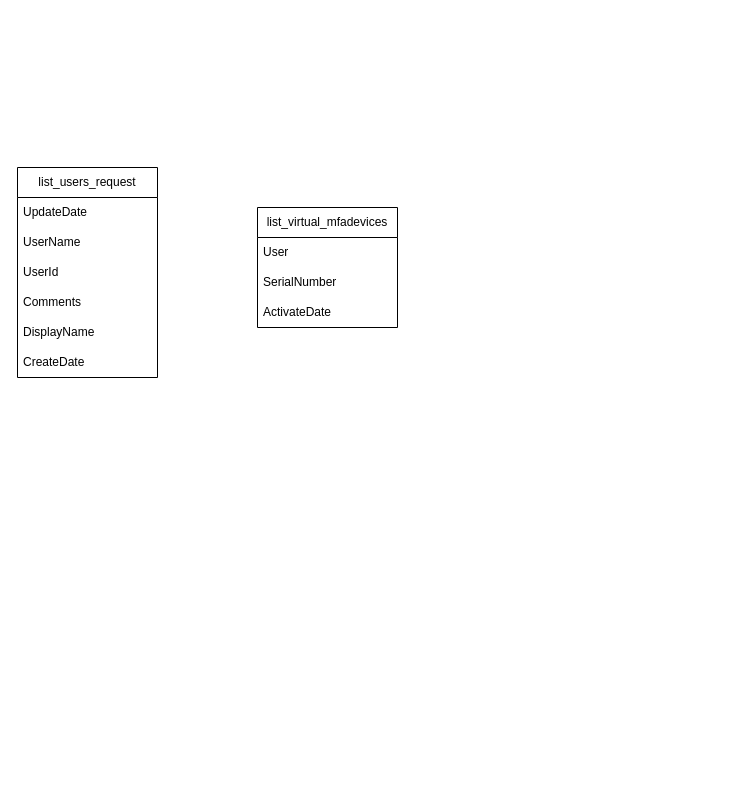
This is aliyun-ram-arch.drawio from natop/drawio, a draw.io file, before an edit. Source tidied: cells renumbered, new cells numbered last; positions are measured from the earlier drawing's top-left corner, leaving out a move shared by most shapes. Both pictures are drawn from the tidied source at 100%, with x=0, y=0 at pixel (17, 167).
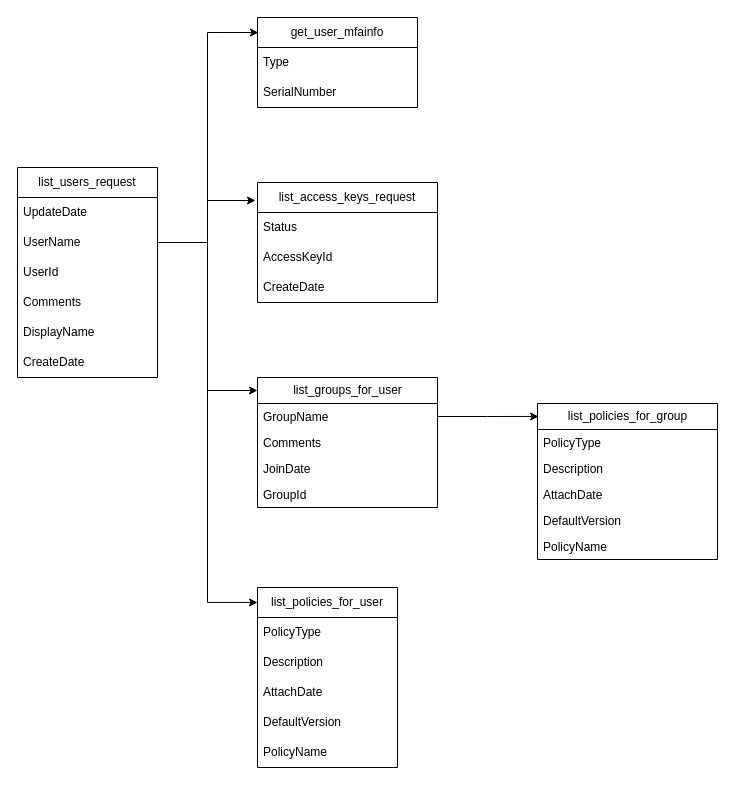
After the change.

The change refers to these unchanged cells:
```xml
<mxCell id="4" value="UserName" style="text;strokeColor=none;fillColor=none;align=left;verticalAlign=middle;spacingLeft=4;spacingRight=4;overflow=hidden;points=[[0,0.5],[1,0.5]];portConstraint=eastwest;whiteSpace=wrap;html=1;" parent="2" vertex="1">
  <mxGeometry y="60" width="140" height="30" as="geometry" />
</mxCell>
```

What changed in the source:
```diff
@@
-    <mxCell id="9" value="list_virtual_mfadevices" style="swimlane;fontStyle=0;horizontal=1;startSize=30;whiteSpace=wrap;html=1;" parent="1" vertex="1">
-      <mxGeometry x="240" y="40" width="140" height="120" as="geometry" />
+    <mxCell id="9" value="get_user_mfainfo" style="swimlane;fontStyle=0;horizontal=1;startSize=30;whiteSpace=wrap;html=1;" parent="1" vertex="1">
+      <mxGeometry x="240" y="-150" width="160" height="90" as="geometry" />
     </mxCell>
-    <mxCell id="10" value="User" style="text;strokeColor=none;fillColor=none;align=left;verticalAlign=middle;spacingLeft=4;spacingRight=4;overflow=hidden;whiteSpace=wrap;html=1;" parent="9" vertex="1">
-      <mxGeometry y="30" width="140" height="30" as="geometry" />
+    <mxCell id="10" value="Type" style="text;strokeColor=none;fillColor=none;align=left;verticalAlign=middle;spacingLeft=4;spacingRight=4;overflow=hidden;whiteSpace=wrap;html=1;" parent="9" vertex="1">
+      <mxGeometry y="30" width="160" height="30" as="geometry" />
     </mxCell>
     <mxCell id="11" value="SerialNumber" style="text;strokeColor=none;fillColor=none;align=left;verticalAlign=middle;spacingLeft=4;spacingRight=4;overflow=hidden;whiteSpace=wrap;html=1;" parent="9" vertex="1">
-      <mxGeometry y="60" width="140" height="30" as="geometry" />
+      <mxGeometry y="60" width="160" height="30" as="geometry" />
     </mxCell>
-    <mxCell id="12" value="ActivateDate" style="text;strokeColor=none;fillColor=none;align=left;verticalAlign=middle;spacingLeft=4;spacingRight=4;overflow=hidden;whiteSpace=wrap;html=1;" parent="9" vertex="1">
-      <mxGeometry y="90" width="140" height="30" as="geometry" />
-    </mxCell>
+    <mxCell id="13" value="list_access_keys_request" style="swimlane;fontStyle=0;horizontal=1;startSize=30;whiteSpace=wrap;html=1;" parent="1" vertex="1">
+      <mxGeometry x="240" y="15" width="180" height="120" as="geometry" />
+    </mxCell>
+    <mxCell id="14" value="Status" style="text;strokeColor=none;fillColor=none;align=left;verticalAlign=middle;spacingLeft=4;spacingRight=4;overflow=hidden;whiteSpace=wrap;html=1;" parent="13" vertex="1">
+      <mxGeometry y="30" width="180" height="30" as="geometry" />
+    </mxCell>
+    <mxCell id="15" value="AccessKeyId" style="text;strokeColor=none;fillColor=none;align=left;verticalAlign=middle;spacingLeft=4;spacingRight=4;overflow=hidden;whiteSpace=wrap;html=1;" parent="13" vertex="1">
+      <mxGeometry y="60" width="180" height="30" as="geometry" />
+    </mxCell>
+    <mxCell id="16" value="CreateDate" style="text;strokeColor=none;fillColor=none;align=left;verticalAlign=middle;spacingLeft=4;spacingRight=4;overflow=hidden;whiteSpace=wrap;html=1;" parent="13" vertex="1">
+      <mxGeometry y="90" width="180" height="30" as="geometry" />
+    </mxCell>
+    <mxCell id="17" style="edgeStyle=orthogonalEdgeStyle;rounded=0;jettySize=auto;html=1;entryX=-0.011;entryY=0.15;entryDx=0;entryDy=0;entryPerimeter=0;" parent="1" edge="1" source="4" target="13">
+      <mxGeometry relative="1" as="geometry" />
+    </mxCell>
+    <mxCell id="18" style="edgeStyle=orthogonalEdgeStyle;rounded=0;jettySize=auto;html=1;exitX=1;exitY=0.5;exitDx=0;exitDy=0;entryX=0.006;entryY=0.167;entryDx=0;entryDy=0;entryPerimeter=0;" parent="1" edge="1" source="4" target="9">
+      <mxGeometry relative="1" as="geometry" />
+    </mxCell>
+    <mxCell id="19" value="list_policies_for_group" style="swimlane;fontStyle=0;horizontal=1;startSize=26;fillColor=none;html=1;" parent="1" vertex="1">
+      <mxGeometry x="520" y="236" width="180" height="156" as="geometry" />
+    </mxCell>
+    <mxCell id="20" value="PolicyType" style="text;strokeColor=none;fillColor=none;align=left;verticalAlign=top;spacingLeft=4;spacingRight=4;overflow=hidden;whiteSpace=wrap;html=1;" parent="19" vertex="1">
+      <mxGeometry y="26" width="180" height="26" as="geometry" />
+    </mxCell>
+    <mxCell id="21" value="Description" style="text;strokeColor=none;fillColor=none;align=left;verticalAlign=top;spacingLeft=4;spacingRight=4;overflow=hidden;whiteSpace=wrap;html=1;" parent="19" vertex="1">
+      <mxGeometry y="52" width="180" height="26" as="geometry" />
+    </mxCell>
+    <mxCell id="22" value="AttachDate" style="text;strokeColor=none;fillColor=none;align=left;verticalAlign=top;spacingLeft=4;spacingRight=4;overflow=hidden;whiteSpace=wrap;html=1;" parent="19" vertex="1">
+      <mxGeometry y="78" width="180" height="26" as="geometry" />
+    </mxCell>
+    <mxCell id="23" value="DefaultVersion" style="text;strokeColor=none;fillColor=none;align=left;verticalAlign=top;spacingLeft=4;spacingRight=4;overflow=hidden;whiteSpace=wrap;html=1;" parent="19" vertex="1">
+      <mxGeometry y="104" width="180" height="26" as="geometry" />
+    </mxCell>
+    <mxCell id="24" value="PolicyName" style="text;strokeColor=none;fillColor=none;align=left;verticalAlign=top;spacingLeft=4;spacingRight=4;overflow=hidden;whiteSpace=wrap;html=1;" parent="19" vertex="1">
+      <mxGeometry y="130" width="180" height="26" as="geometry" />
+    </mxCell>
+    <mxCell id="25" value="list_groups_for_user" style="swimlane;fontStyle=0;horizontal=1;startSize=26;fillColor=none;html=1;" parent="1" vertex="1">
+      <mxGeometry x="240" y="210" width="180" height="130" as="geometry" />
+    </mxCell>
+    <mxCell id="26" value="GroupName" style="text;strokeColor=none;fillColor=none;align=left;verticalAlign=top;spacingLeft=4;spacingRight=4;overflow=hidden;points=[[0,0.5],[1,0.5]];portConstraint=eastwest;whiteSpace=wrap;html=1;" parent="25" vertex="1">
+      <mxGeometry y="26" width="180" height="26" as="geometry" />
+    </mxCell>
+    <mxCell id="27" value="Comments" style="text;strokeColor=none;fillColor=none;align=left;verticalAlign=top;spacingLeft=4;spacingRight=4;overflow=hidden;whiteSpace=wrap;html=1;" parent="25" vertex="1">
+      <mxGeometry y="52" width="180" height="26" as="geometry" />
+    </mxCell>
+    <mxCell id="28" value="JoinDate" style="text;strokeColor=none;fillColor=none;align=left;verticalAlign=top;spacingLeft=4;spacingRight=4;overflow=hidden;whiteSpace=wrap;html=1;" parent="25" vertex="1">
+      <mxGeometry y="78" width="180" height="26" as="geometry" />
+    </mxCell>
+    <mxCell id="29" value="GroupId" style="text;strokeColor=none;fillColor=none;align=left;verticalAlign=top;spacingLeft=4;spacingRight=4;overflow=hidden;whiteSpace=wrap;html=1;" parent="25" vertex="1">
+      <mxGeometry y="104" width="180" height="26" as="geometry" />
+    </mxCell>
+    <mxCell id="30" style="edgeStyle=orthogonalEdgeStyle;rounded=0;jettySize=auto;html=1;exitX=1;exitY=0.5;exitDx=0;exitDy=0;entryX=0.006;entryY=0.083;entryDx=0;entryDy=0;entryPerimeter=0;" parent="1" edge="1" source="26" target="19">
+      <mxGeometry relative="1" as="geometry" />
+    </mxCell>
+    <mxCell id="31" style="edgeStyle=orthogonalEdgeStyle;rounded=0;jettySize=auto;html=1;exitX=1;exitY=0.5;exitDx=0;exitDy=0;entryX=0;entryY=0.1;entryDx=0;entryDy=0;entryPerimeter=0;" parent="1" edge="1" source="4" target="25">
+      <mxGeometry relative="1" as="geometry" />
+    </mxCell>
+    <mxCell id="32" value="list_policies_for_user" style="swimlane;fontStyle=0;horizontal=1;startSize=30;whiteSpace=wrap;html=1;" parent="1" vertex="1">
+      <mxGeometry x="240" y="420" width="140" height="180" as="geometry" />
+    </mxCell>
+    <mxCell id="33" value="PolicyType" style="text;strokeColor=none;fillColor=none;align=left;verticalAlign=middle;spacingLeft=4;spacingRight=4;overflow=hidden;whiteSpace=wrap;html=1;" parent="32" vertex="1">
+      <mxGeometry y="30" width="140" height="30" as="geometry" />
+    </mxCell>
+    <mxCell id="34" value="Description" style="text;strokeColor=none;fillColor=none;align=left;verticalAlign=middle;spacingLeft=4;spacingRight=4;overflow=hidden;whiteSpace=wrap;html=1;" parent="32" vertex="1">
+      <mxGeometry y="60" width="140" height="30" as="geometry" />
+    </mxCell>
+    <mxCell id="35" value="AttachDate" style="text;strokeColor=none;fillColor=none;align=left;verticalAlign=middle;spacingLeft=4;spacingRight=4;overflow=hidden;whiteSpace=wrap;html=1;" parent="32" vertex="1">
+      <mxGeometry y="90" width="140" height="30" as="geometry" />
+    </mxCell>
+    <mxCell id="36" value="DefaultVersion" style="text;strokeColor=none;fillColor=none;align=left;verticalAlign=middle;spacingLeft=4;spacingRight=4;overflow=hidden;whiteSpace=wrap;html=1;" parent="32" vertex="1">
+      <mxGeometry y="120" width="140" height="30" as="geometry" />
+    </mxCell>
+    <mxCell id="37" value="PolicyName" style="text;strokeColor=none;fillColor=none;align=left;verticalAlign=middle;spacingLeft=4;spacingRight=4;overflow=hidden;whiteSpace=wrap;html=1;" parent="32" vertex="1">
+      <mxGeometry y="150" width="140" height="30" as="geometry" />
+    </mxCell>
+    <mxCell id="38" style="edgeStyle=orthogonalEdgeStyle;rounded=0;jettySize=auto;html=1;exitX=1;exitY=0.5;exitDx=0;exitDy=0;entryX=0;entryY=0.083;entryDx=0;entryDy=0;entryPerimeter=0;" parent="1" edge="1" source="4" target="32">
+      <mxGeometry relative="1" as="geometry" />
+    </mxCell>
```
